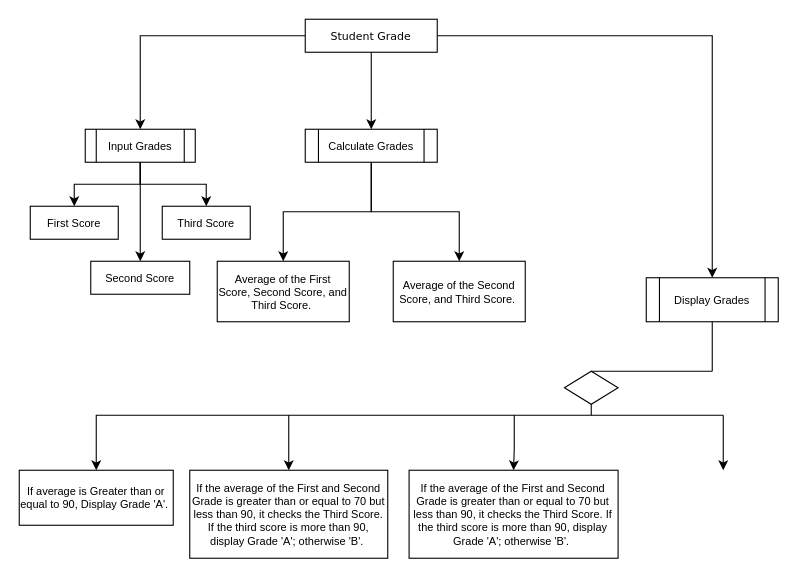
Before: Untitled Diagram.drawio in AmawNiZy/Assignments, a draw.io diagram. Source tidied: cells renumbered, new cells numbered last; positions are measured from the earlier drawing's top-left corner, leaving out a move shared by most shapes. Both pictures are drawn from the tidied source at 110%, with x=0, y=0 at pixel (19, 19).
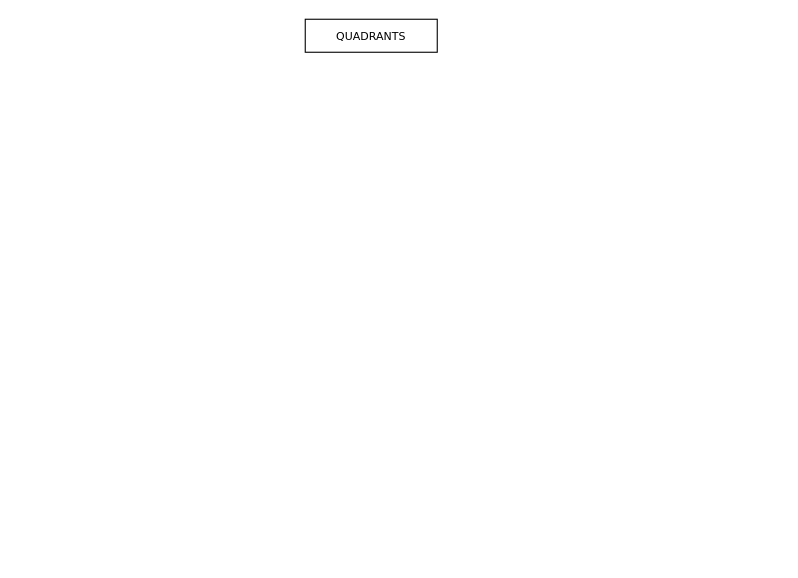
After the change.

Change to the diagram source:
```diff
@@
-    <mxCell id="2" style="edgeStyle=orthogonalEdgeStyle;rounded=0;jettySize=auto;html=1;" parent="1" edge="1" source="5" target="12">
-      <mxGeometry relative="1" as="geometry" />
-    </mxCell>
-    <mxCell id="3" style="edgeStyle=orthogonalEdgeStyle;rounded=0;jettySize=auto;html=1;" parent="1" edge="1" source="5" target="9">
-      <mxGeometry relative="1" as="geometry" />
-    </mxCell>
-    <mxCell id="4" style="edgeStyle=orthogonalEdgeStyle;rounded=0;jettySize=auto;html=1;" parent="1" edge="1" source="5" target="13">
-      <mxGeometry relative="1" as="geometry" />
-    </mxCell>
-    <mxCell id="5" value="&lt;font face=&quot;Verdana&quot; style=&quot;font-size: 10px;&quot;&gt;Student Grade&lt;/font&gt;" style="rounded=0;whiteSpace=wrap;html=1;fontSize=10;" parent="1" vertex="1">
+    <mxCell id="5" value="&lt;font face=&quot;Verdana&quot; style=&quot;font-size: 10px;&quot;&gt;QUADRANTS&lt;/font&gt;" style="rounded=0;whiteSpace=wrap;html=1;fontSize=10;" parent="1" vertex="1">
       <mxGeometry x="260" width="120" height="30" as="geometry" />
     </mxCell>
-    <mxCell id="6" style="edgeStyle=orthogonalEdgeStyle;rounded=0;jettySize=auto;html=1;align=center;" parent="1" edge="1" source="9" target="16">
-      <mxGeometry relative="1" as="geometry" />
-    </mxCell>
-    <mxCell id="7" style="edgeStyle=orthogonalEdgeStyle;rounded=0;jettySize=auto;html=1;entryX=0.5;entryY=0;entryDx=0;entryDy=0;align=center;" parent="1" edge="1" source="9" target="15">
-      <mxGeometry relative="1" as="geometry" />
-    </mxCell>
-    <mxCell id="8" style="edgeStyle=orthogonalEdgeStyle;rounded=0;jettySize=auto;html=1;align=center;" parent="1" edge="1" source="9" target="14">
-      <mxGeometry relative="1" as="geometry" />
-    </mxCell>
-    <mxCell id="9" value="Input Grades" style="shape=process;whiteSpace=wrap;html=1;backgroundOutline=1;fontSize=10;align=center;" parent="1" vertex="1">
-      <mxGeometry x="60" y="100" width="100" height="30" as="geometry" />
-    </mxCell>
-    <mxCell id="10" style="edgeStyle=orthogonalEdgeStyle;rounded=0;jettySize=auto;html=1;align=center;" parent="1" edge="1" source="12" target="17">
-      <mxGeometry relative="1" as="geometry" />
-    </mxCell>
-    <mxCell id="11" style="edgeStyle=orthogonalEdgeStyle;rounded=0;jettySize=auto;html=1;" parent="1" edge="1" source="12" target="28">
-      <mxGeometry relative="1" as="geometry" />
-    </mxCell>
-    <mxCell id="12" value="Calculate Grades" style="shape=process;whiteSpace=wrap;html=1;backgroundOutline=1;fontSize=10;align=center;" parent="1" vertex="1">
-      <mxGeometry x="260" y="100" width="120" height="30" as="geometry" />
-    </mxCell>
-    <mxCell id="13" value="Display Grades" style="shape=process;whiteSpace=wrap;html=1;backgroundOutline=1;fontSize=10;align=center;" parent="1" vertex="1">
-      <mxGeometry x="570" y="235" width="120" height="40" as="geometry" />
-    </mxCell>
-    <mxCell id="14" value="First Score" style="rounded=0;whiteSpace=wrap;html=1;fontSize=10;align=center;" parent="1" vertex="1">
-      <mxGeometry x="10" y="170" width="80" height="30" as="geometry" />
-    </mxCell>
-    <mxCell id="15" value="Third Score" style="rounded=0;whiteSpace=wrap;html=1;fontSize=10;align=center;" parent="1" vertex="1">
-      <mxGeometry x="130" y="170" width="80" height="30" as="geometry" />
-    </mxCell>
-    <mxCell id="16" value="Second Score" style="rounded=0;whiteSpace=wrap;html=1;fontSize=10;" parent="1" vertex="1">
-      <mxGeometry x="65" y="220" width="90" height="30" as="geometry" />
-    </mxCell>
-    <mxCell id="17" value="Average of the First Score, Second Score, and Third Score.&amp;nbsp;" style="rounded=0;whiteSpace=wrap;html=1;fontSize=10;align=center;" parent="1" vertex="1">
-      <mxGeometry x="180" y="220" width="120" height="55" as="geometry" />
-    </mxCell>
-    <mxCell id="18" value="If average is Greater than or equal to 90, Display Grade 'A'.&amp;nbsp;" style="rounded=0;whiteSpace=wrap;html=1;fontSize=10;labelBorderColor=none;" parent="1" vertex="1">
-      <mxGeometry y="410" width="140" height="50" as="geometry" />
-    </mxCell>
-    <mxCell id="19" style="endArrow=none;html=1;rounded=0;exitX=0.5;exitY=0;exitDx=0;exitDy=0;" parent="1" edge="1" source="20">
-      <mxGeometry relative="1" as="geometry">
-        <mxPoint x="630" y="320" as="targetPoint" />
-      </mxGeometry>
-    </mxCell>
-    <mxCell id="20" style="rhombus;whiteSpace=wrap;html=1;" parent="1" vertex="1">
-      <mxGeometry x="495.6" y="320" width="48.8" height="30" as="geometry" />
-    </mxCell>
-    <mxCell id="21" style="endArrow=none;html=1;rounded=0;entryX=0.5;entryY=1;entryDx=0;entryDy=0;" parent="1" edge="1" target="20">
-      <mxGeometry relative="1" as="geometry">
-        <mxPoint x="520" y="360" as="sourcePoint" />
-      </mxGeometry>
-    </mxCell>
-    <mxCell id="22" style="endArrow=classic;html=1;rounded=0;entryX=0.5;entryY=0;entryDx=0;entryDy=0;" parent="1" edge="1" target="18">
-      <mxGeometry relative="1" as="geometry">
-        <mxPoint x="640" y="360" as="sourcePoint" />
-        <Array as="points">
-          <mxPoint x="70" y="360" />
-        </Array>
-      </mxGeometry>
-    </mxCell>
-    <mxCell id="23" value="&lt;div style=&quot;&quot;&gt;&lt;span style=&quot;background-color: initial;&quot;&gt;If the average of the First and Second Grade is greater than or equal to 70 but less than 90, it checks the Third Score. If the third score is more than 90, display Grade 'A'; otherwise 'B'.&amp;nbsp;&lt;/span&gt;&lt;/div&gt;" style="rounded=0;whiteSpace=wrap;html=1;fontSize=10;align=center;" parent="1" vertex="1">
-      <mxGeometry x="354.4" y="410" width="190" height="80" as="geometry" />
-    </mxCell>
-    <mxCell id="24" style="endArrow=classic;html=1;rounded=0;entryX=0.5;entryY=0;entryDx=0;entryDy=0;fontStyle=1;" parent="1" edge="1" target="29">
-      <mxGeometry relative="1" as="geometry">
-        <mxPoint x="245" y="360" as="sourcePoint" />
-        <Array as="points">
-          <mxPoint x="245" y="370" />
-        </Array>
-      </mxGeometry>
-    </mxCell>
-    <mxCell id="25" style="endArrow=classic;html=1;rounded=0;entryX=0.5;entryY=0;entryDx=0;entryDy=0;" parent="1" edge="1" target="23">
-      <mxGeometry relative="1" as="geometry">
-        <mxPoint x="450" y="360" as="sourcePoint" />
-        <Array as="points">
-          <mxPoint x="450" y="390" />
-        </Array>
-      </mxGeometry>
-    </mxCell>
-    <mxCell id="26" style="endArrow=classic;html=1;rounded=0;entryX=0.5;entryY=0;entryDx=0;entryDy=0;" parent="1" edge="1">
-      <mxGeometry relative="1" as="geometry">
-        <mxPoint x="640" y="360" as="sourcePoint" />
-        <mxPoint x="640" y="410" as="targetPoint" />
-        <Array as="points">
-          <mxPoint x="640" y="380" />
-        </Array>
-      </mxGeometry>
-    </mxCell>
-    <mxCell id="27" style="endArrow=none;html=1;rounded=0;entryX=0.5;entryY=1;entryDx=0;entryDy=0;" parent="1" edge="1" target="13">
-      <mxGeometry relative="1" as="geometry">
-        <mxPoint x="630" y="320" as="sourcePoint" />
-      </mxGeometry>
-    </mxCell>
-    <mxCell id="28" value="Average of the Second Score, and Third Score.&amp;nbsp;" style="rounded=0;whiteSpace=wrap;html=1;fontSize=10;align=center;" parent="1" vertex="1">
-      <mxGeometry x="340" y="220" width="120" height="55" as="geometry" />
-    </mxCell>
-    <mxCell id="29" value="If the average of the First and Second Grade is greater than or equal to 70 but less than 90, it checks the Third Score. If the third score is more than 90, display Grade 'A'; otherwise 'B'.&amp;nbsp;" style="rounded=0;whiteSpace=wrap;html=1;fontSize=10;" parent="1" vertex="1">
-      <mxGeometry x="155" y="410" width="180" height="80" as="geometry" />
-    </mxCell>
```
